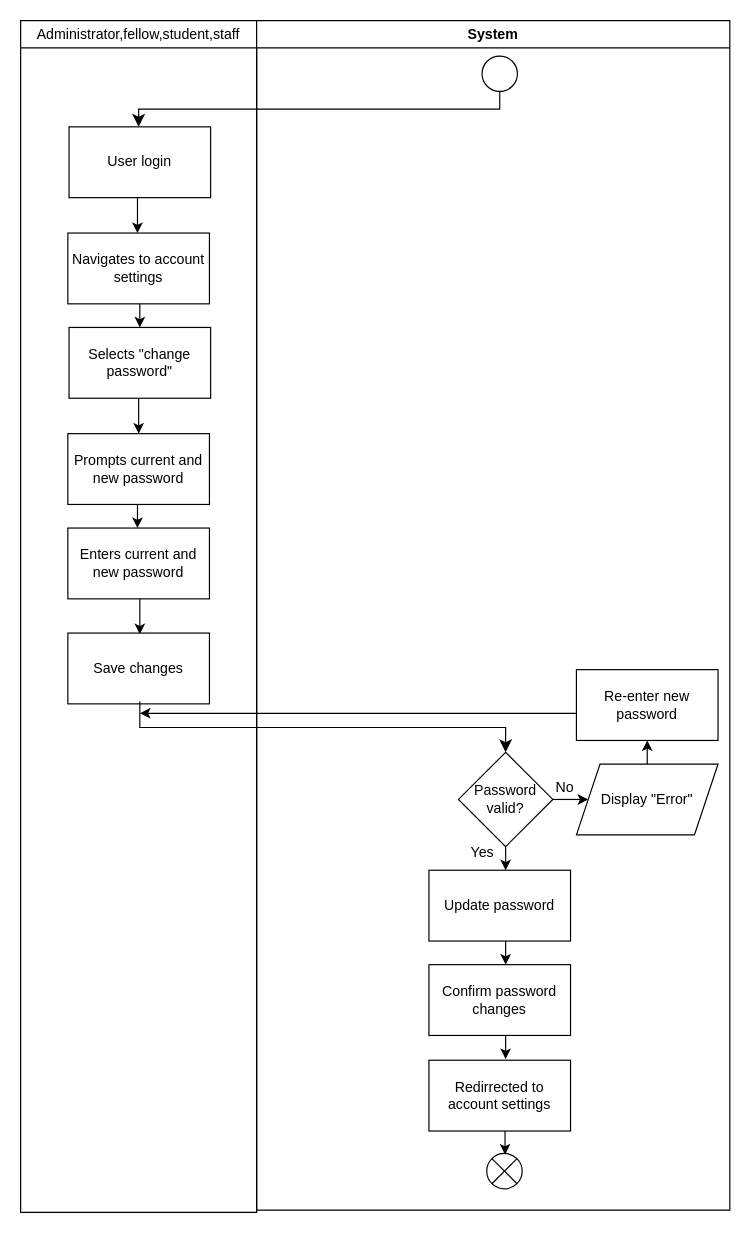
Earlier version of the draw.io diagram project/drawio/stakeholder/activity diagram/uc02.drawio (drshahizan/software-engineering). Source tidied: cells renumbered, new cells numbered last; positions are measured from the earlier drawing's top-left corner, leaving out a move shared by most shapes. Both pictures are drawn from the tidied source at 118%, with x=0, y=0 at pixel (20, 20).
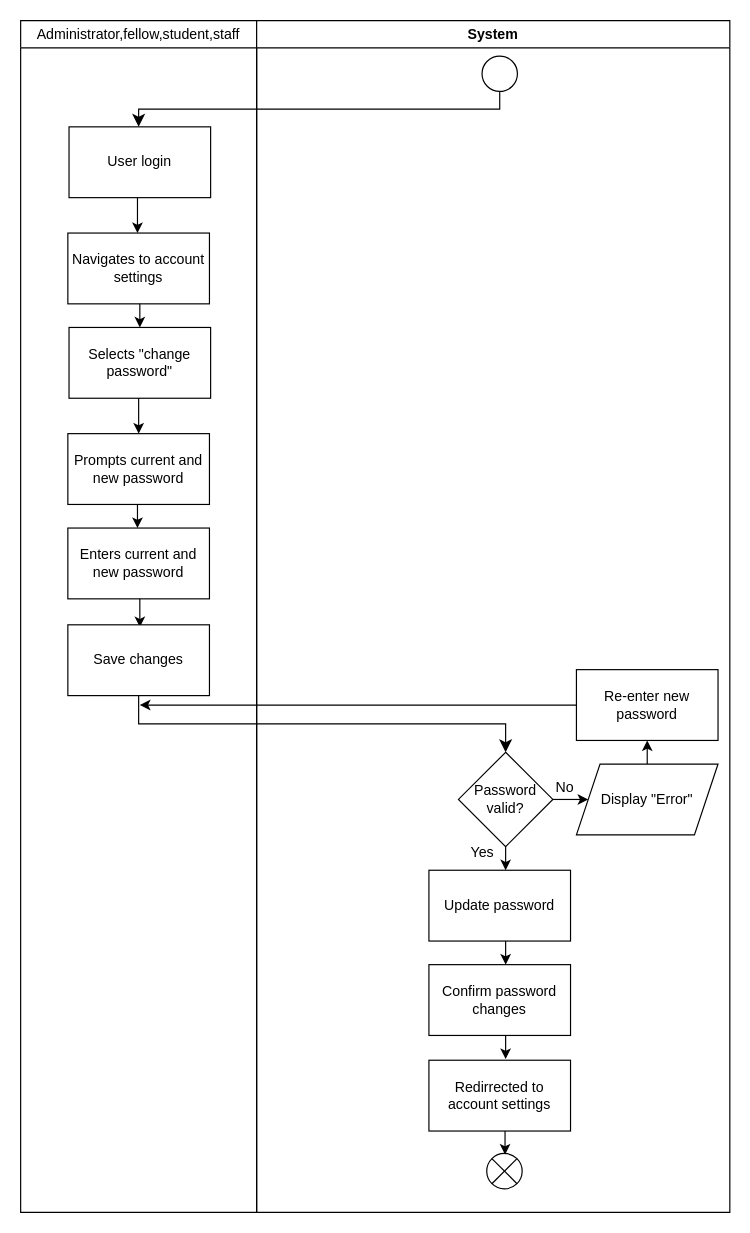
The same page after the edit.

Diff of the diagram source:
```diff
@@
     <mxCell id="13" style="endArrow=classic;html=1;" parent="1" edge="1">
       <mxGeometry relative="1" as="geometry">
         <mxPoint x="101" y="490" as="sourcePoint" />
-        <mxPoint x="101" y="520" as="targetPoint" />
+        <mxPoint x="101" y="514" as="targetPoint" />
       </mxGeometry>
     </mxCell>
     <mxCell id="14" value="Save changes" style="rounded=0;whiteSpace=wrap;html=1;" parent="1" vertex="1">
-      <mxGeometry x="40" y="519" width="120" height="60" as="geometry" />
+      <mxGeometry x="40" y="512" width="120" height="60" as="geometry" />
     </mxCell>
-    <mxCell id="15" style="edgeStyle=elbowEdgeStyle;elbow=vertical;endArrow=classic;html=1;curved=0;rounded=0;endSize=8;startSize=8;" parent="1" edge="1">
+    <mxCell id="15" style="edgeStyle=elbowEdgeStyle;elbow=vertical;endArrow=classic;html=1;curved=0;rounded=0;endSize=8;startSize=8;exitX=0.5;exitY=1;exitDx=0;exitDy=0;" parent="1" edge="1" source="14">
       <mxGeometry relative="1" as="geometry">
-        <mxPoint x="101" y="577" as="sourcePoint" />
         <mxPoint x="411" y="620" as="targetPoint" />
       </mxGeometry>
     </mxCell>
@@
     <mxCell id="27" style="endArrow=classic;html=1;" parent="1" edge="1">
       <mxGeometry relative="1" as="geometry">
-        <mxPoint x="471" y="587" as="sourcePoint" />
-        <mxPoint x="101" y="587" as="targetPoint" />
+        <mxPoint x="471" y="580" as="sourcePoint" />
+        <mxPoint x="101" y="580" as="targetPoint" />
       </mxGeometry>
     </mxCell>
@@
     <mxCell id="29" value="System" style="swimlane;whiteSpace=wrap;html=1;startSize=23;" parent="1" vertex="1">
-      <mxGeometry x="200" width="401" height="1008" as="geometry" />
+      <mxGeometry x="200" width="401" height="1010" as="geometry" />
     </mxCell>
```
